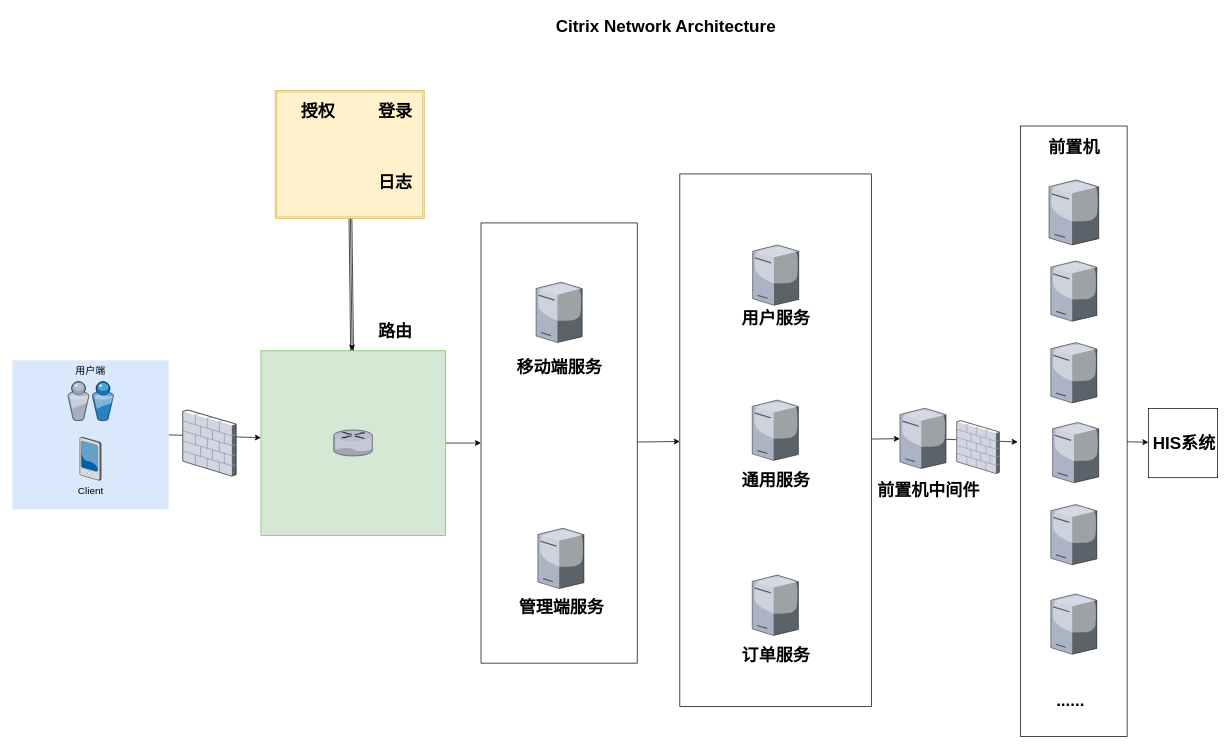
The draw.io diagram Untitled Diagram.drawio in ZhangYehua1456542982/JAVA, before the edit. Source tidied: cells renumbered, new cells numbered last; positions are measured from the earlier drawing's top-left corner, leaving out a move shared by most shapes. Both pictures are drawn from the tidied source at 71%, with x=0, y=0 at pixel (12, 12).
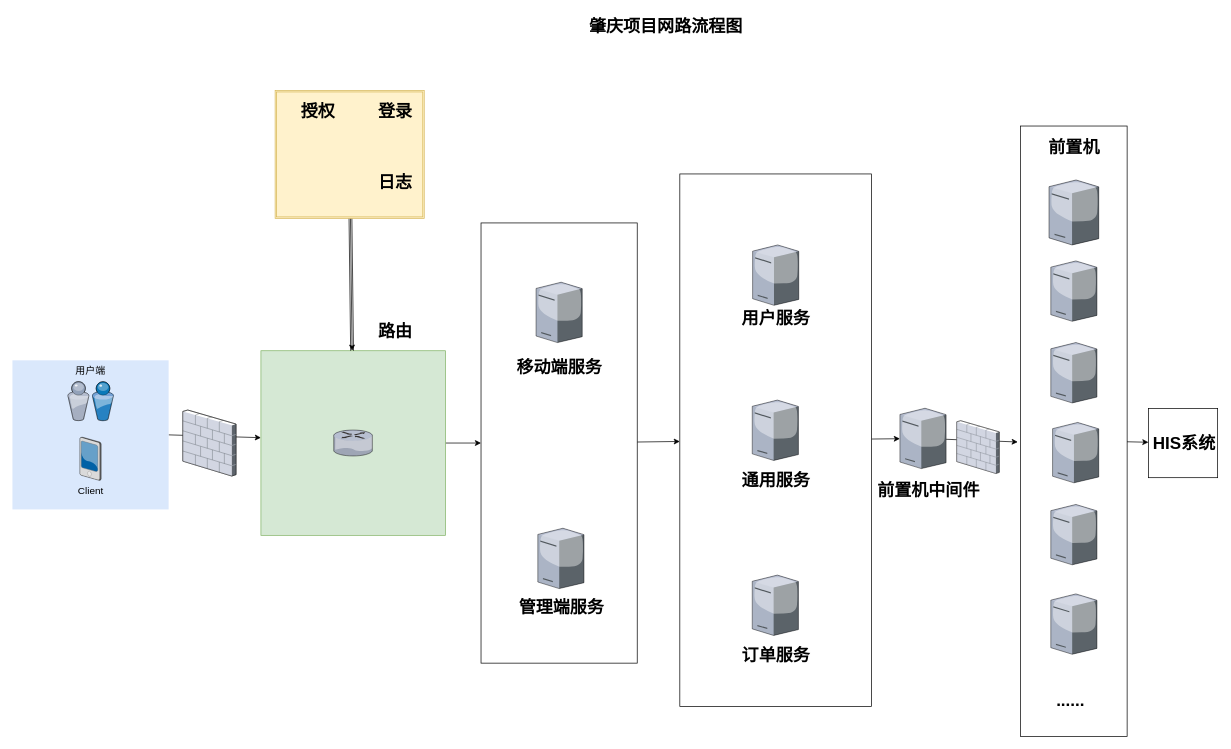
The same page after the edit.

Commit message (it also covers changes not shown here):
肇庆项目网络流程图

Diff of the diagram source:
```diff
@@
-    <mxCell id="5" value="Citrix Network Architecture" style="text;strokeColor=none;fillColor=none;html=1;fontSize=24;fontStyle=1;verticalAlign=middle;align=center;" parent="1" vertex="1">
+    <mxCell id="5" value="肇庆项目网路流程图" style="text;strokeColor=none;fillColor=none;html=1;fontSize=24;fontStyle=1;verticalAlign=middle;align=center;" parent="1" vertex="1">
       <mxGeometry x="489" width="861" height="40" as="geometry" />
     </mxCell>
```
